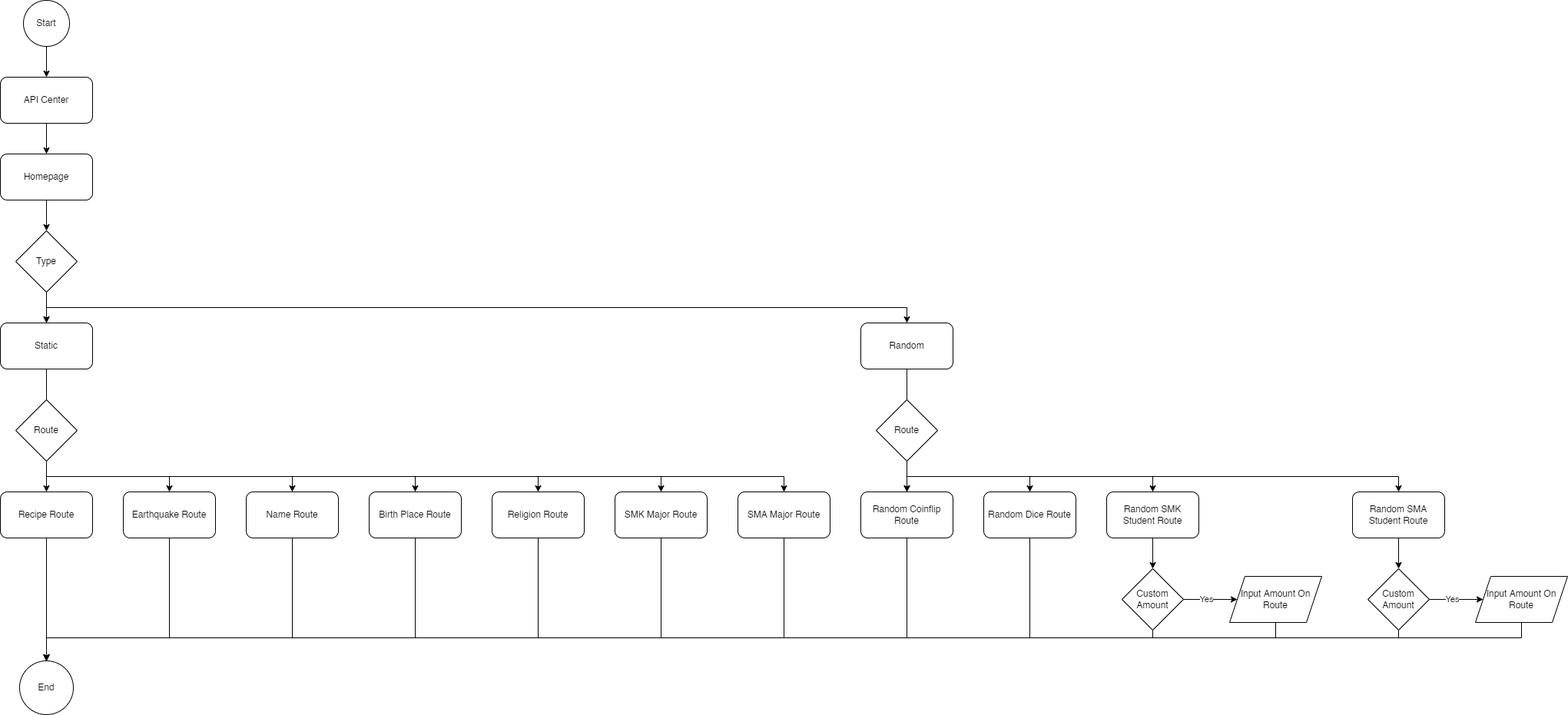
This is diagrams/flowchart.drawio.png from astrantialabs/api-center, a draw.io export, as it was before one commit. Source tidied: cells renumbered, new cells last; positions are measured from the earlier drawing's top-left corner, leaving out a move shared by most shapes.
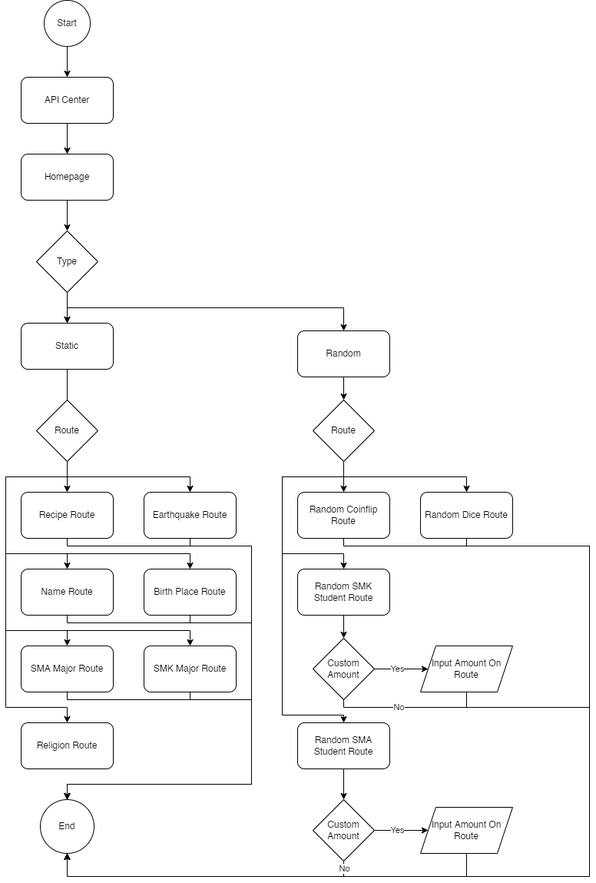
Later version of the same file.

What changed in the source:
```diff
@@ -29,3 +29,3 @@
           <mxPoint x="60" y="400" />
-          <mxPoint x="1180" y="400" />
+          <mxPoint x="420" y="400" />
         </Array>
@@ -36,4 +36,11 @@
     </mxCell>
-    <mxCell id="11" style="edgeStyle=orthogonalEdgeStyle;rounded=0;jettySize=auto;html=1;" parent="1" edge="1" source="12" target="60">
-      <mxGeometry relative="1" as="geometry" />
+    <mxCell id="11" style="edgeStyle=orthogonalEdgeStyle;rounded=0;jettySize=auto;html=1;entryX=0.5;entryY=0;entryDx=0;entryDy=0;" parent="1" edge="1" source="12" target="60">
+      <mxGeometry relative="1" as="geometry">
+        <Array as="points">
+          <mxPoint x="60" y="710" />
+          <mxPoint x="300" y="710" />
+          <mxPoint x="300" y="1020" />
+          <mxPoint x="60" y="1020" />
+        </Array>
+      </mxGeometry>
     </mxCell>
@@ -45,4 +52,6 @@
         <Array as="points">
-          <mxPoint x="220" y="830" />
-          <mxPoint x="60" y="830" />
+          <mxPoint x="220" y="710" />
+          <mxPoint x="300" y="710" />
+          <mxPoint x="300" y="1020" />
+          <mxPoint x="60" y="1020" />
         </Array>
@@ -56,4 +65,6 @@
         <Array as="points">
-          <mxPoint x="380" y="830" />
-          <mxPoint x="60" y="830" />
+          <mxPoint x="60" y="810" />
+          <mxPoint x="300" y="810" />
+          <mxPoint x="300" y="1020" />
+          <mxPoint x="60" y="1020" />
         </Array>
@@ -62,3 +73,3 @@
     <mxCell id="16" value="Name Route" style="rounded=1;whiteSpace=wrap;html=1;" parent="1" vertex="1">
-      <mxGeometry x="320" y="640" width="120" height="60" as="geometry" />
+      <mxGeometry y="740" width="120" height="60" as="geometry" />
     </mxCell>
@@ -67,4 +78,6 @@
         <Array as="points">
-          <mxPoint x="540" y="830" />
-          <mxPoint x="60" y="830" />
+          <mxPoint x="220" y="810" />
+          <mxPoint x="300" y="810" />
+          <mxPoint x="300" y="1020" />
+          <mxPoint x="60" y="1020" />
         </Array>
@@ -73,14 +86,6 @@
     <mxCell id="18" value="Birth Place Route" style="rounded=1;whiteSpace=wrap;html=1;" parent="1" vertex="1">
-      <mxGeometry x="480" y="640" width="120" height="60" as="geometry" />
+      <mxGeometry x="160" y="740" width="120" height="60" as="geometry" />
     </mxCell>
-    <mxCell id="19" style="edgeStyle=orthogonalEdgeStyle;rounded=0;jettySize=auto;html=1;entryX=0.5;entryY=0;entryDx=0;entryDy=0;" parent="1" edge="1" source="20" target="60">
-      <mxGeometry relative="1" as="geometry">
-        <Array as="points">
-          <mxPoint x="700" y="830" />
-          <mxPoint x="60" y="830" />
-        </Array>
-      </mxGeometry>
-    </mxCell>
     <mxCell id="20" value="Religion Route" style="rounded=1;whiteSpace=wrap;html=1;" parent="1" vertex="1">
-      <mxGeometry x="640" y="640" width="120" height="60" as="geometry" />
+      <mxGeometry y="940" width="120" height="60" as="geometry" />
     </mxCell>
@@ -89,4 +94,6 @@
         <Array as="points">
-          <mxPoint x="860" y="830" />
-          <mxPoint x="60" y="830" />
+          <mxPoint x="220" y="910" />
+          <mxPoint x="300" y="910" />
+          <mxPoint x="300" y="1020" />
+          <mxPoint x="60" y="1020" />
         </Array>
@@ -95,3 +102,3 @@
     <mxCell id="22" value="SMK Major Route" style="rounded=1;whiteSpace=wrap;html=1;" parent="1" vertex="1">
-      <mxGeometry x="800" y="640" width="120" height="60" as="geometry" />
+      <mxGeometry x="160" y="840" width="120" height="60" as="geometry" />
     </mxCell>
@@ -100,4 +107,6 @@
         <Array as="points">
-          <mxPoint x="1020" y="830" />
-          <mxPoint x="60" y="830" />
+          <mxPoint x="60" y="910" />
+          <mxPoint x="300" y="910" />
+          <mxPoint x="300" y="1020" />
+          <mxPoint x="60" y="1020" />
         </Array>
@@ -106,9 +115,11 @@
     <mxCell id="24" value="SMA Major Route" style="rounded=1;whiteSpace=wrap;html=1;" parent="1" vertex="1">
-      <mxGeometry x="960" y="640" width="120" height="60" as="geometry" />
+      <mxGeometry y="840" width="120" height="60" as="geometry" />
     </mxCell>
-    <mxCell id="25" style="edgeStyle=orthogonalEdgeStyle;rounded=0;jettySize=auto;html=1;entryX=0.5;entryY=0;entryDx=0;entryDy=0;" parent="1" edge="1" source="26" target="60">
+    <mxCell id="25" style="edgeStyle=orthogonalEdgeStyle;rounded=0;jettySize=auto;html=1;entryX=0.5;entryY=1;entryDx=0;entryDy=0;" parent="1" edge="1" source="26" target="60">
       <mxGeometry relative="1" as="geometry">
         <Array as="points">
-          <mxPoint x="1180" y="830" />
-          <mxPoint x="60" y="830" />
+          <mxPoint x="420" y="710" />
+          <mxPoint x="740" y="710" />
+          <mxPoint x="740" y="1140" />
+          <mxPoint x="60" y="1140" />
         </Array>
@@ -117,9 +128,11 @@
     <mxCell id="26" value="Random Coinflip Route" style="rounded=1;whiteSpace=wrap;html=1;" parent="1" vertex="1">
-      <mxGeometry x="1120" y="640" width="120" height="60" as="geometry" />
+      <mxGeometry x="360" y="640" width="120" height="60" as="geometry" />
     </mxCell>
-    <mxCell id="27" style="edgeStyle=orthogonalEdgeStyle;rounded=0;jettySize=auto;html=1;entryX=0.5;entryY=0;entryDx=0;entryDy=0;" parent="1" edge="1" source="28" target="60">
+    <mxCell id="27" style="edgeStyle=orthogonalEdgeStyle;rounded=0;jettySize=auto;html=1;entryX=0.5;entryY=1;entryDx=0;entryDy=0;" parent="1" edge="1" source="28" target="60">
       <mxGeometry relative="1" as="geometry">
         <Array as="points">
-          <mxPoint x="1340" y="830" />
-          <mxPoint x="60" y="830" />
+          <mxPoint x="580" y="710" />
+          <mxPoint x="740" y="710" />
+          <mxPoint x="740" y="1140" />
+          <mxPoint x="60" y="1140" />
         </Array>
@@ -128,3 +141,3 @@
     <mxCell id="28" value="Random Dice Route" style="rounded=1;whiteSpace=wrap;html=1;" parent="1" vertex="1">
-      <mxGeometry x="1280" y="640" width="120" height="60" as="geometry" />
+      <mxGeometry x="520" y="640" width="120" height="60" as="geometry" />
     </mxCell>
@@ -134,3 +147,3 @@
     <mxCell id="30" value="Random SMK Student Route" style="rounded=1;whiteSpace=wrap;html=1;" parent="1" vertex="1">
-      <mxGeometry x="1440" y="640" width="120" height="60" as="geometry" />
+      <mxGeometry x="360" y="740" width="120" height="60" as="geometry" />
     </mxCell>
@@ -140,3 +153,3 @@
     <mxCell id="32" value="Random SMA Student Route" style="rounded=1;whiteSpace=wrap;html=1;" parent="1" vertex="1">
-      <mxGeometry x="1760" y="640" width="120" height="60" as="geometry" />
+      <mxGeometry x="360" y="940" width="120" height="60" as="geometry" />
     </mxCell>
@@ -147,50 +160,2 @@
     </mxCell>
-    <mxCell id="34" style="edgeStyle=orthogonalEdgeStyle;rounded=0;jettySize=auto;html=1;entryX=0.5;entryY=0;entryDx=0;entryDy=0;" parent="1" edge="1" source="40" target="14">
-      <mxGeometry relative="1" as="geometry">
-        <Array as="points">
-          <mxPoint x="60" y="620" />
-          <mxPoint x="220" y="620" />
-        </Array>
-      </mxGeometry>
-    </mxCell>
-    <mxCell id="35" style="edgeStyle=orthogonalEdgeStyle;rounded=0;jettySize=auto;html=1;entryX=0.5;entryY=0;entryDx=0;entryDy=0;" parent="1" edge="1" source="40" target="16">
-      <mxGeometry relative="1" as="geometry">
-        <Array as="points">
-          <mxPoint x="60" y="620" />
-          <mxPoint x="380" y="620" />
-        </Array>
-      </mxGeometry>
-    </mxCell>
-    <mxCell id="36" style="edgeStyle=orthogonalEdgeStyle;rounded=0;jettySize=auto;html=1;entryX=0.5;entryY=0;entryDx=0;entryDy=0;" parent="1" edge="1" source="40" target="18">
-      <mxGeometry relative="1" as="geometry">
-        <Array as="points">
-          <mxPoint x="60" y="620" />
-          <mxPoint x="540" y="620" />
-        </Array>
-      </mxGeometry>
-    </mxCell>
-    <mxCell id="37" style="edgeStyle=orthogonalEdgeStyle;rounded=0;jettySize=auto;html=1;entryX=0.5;entryY=0;entryDx=0;entryDy=0;" parent="1" edge="1" source="40" target="20">
-      <mxGeometry relative="1" as="geometry">
-        <Array as="points">
-          <mxPoint x="60" y="620" />
-          <mxPoint x="700" y="620" />
-        </Array>
-      </mxGeometry>
-    </mxCell>
-    <mxCell id="38" style="edgeStyle=orthogonalEdgeStyle;rounded=0;jettySize=auto;html=1;entryX=0.5;entryY=0;entryDx=0;entryDy=0;" parent="1" edge="1" source="40" target="22">
-      <mxGeometry relative="1" as="geometry">
-        <Array as="points">
-          <mxPoint x="60" y="620" />
-          <mxPoint x="860" y="620" />
-        </Array>
-      </mxGeometry>
-    </mxCell>
-    <mxCell id="39" style="edgeStyle=orthogonalEdgeStyle;rounded=0;jettySize=auto;html=1;entryX=0.5;entryY=0;entryDx=0;entryDy=0;" parent="1" edge="1" source="40" target="24">
-      <mxGeometry relative="1" as="geometry">
-        <Array as="points">
-          <mxPoint x="60" y="620" />
-          <mxPoint x="1020" y="620" />
-        </Array>
-      </mxGeometry>
-    </mxCell>
     <mxCell id="40" value="Static" style="rounded=1;whiteSpace=wrap;html=1;" parent="1" vertex="1">
@@ -198,34 +163,7 @@
     </mxCell>
-    <mxCell id="41" style="edgeStyle=orthogonalEdgeStyle;rounded=0;jettySize=auto;html=1;entryX=0.5;entryY=0;entryDx=0;entryDy=0;" parent="1" edge="1" source="46" target="26">
-      <mxGeometry relative="1" as="geometry" />
-    </mxCell>
-    <mxCell id="42" style="edgeStyle=orthogonalEdgeStyle;rounded=0;jettySize=auto;html=1;entryX=0.5;entryY=0;entryDx=0;entryDy=0;" parent="1" edge="1" source="46" target="28">
-      <mxGeometry relative="1" as="geometry">
-        <Array as="points">
-          <mxPoint x="1180" y="620" />
-          <mxPoint x="1340" y="620" />
-        </Array>
-      </mxGeometry>
-    </mxCell>
-    <mxCell id="43" style="edgeStyle=orthogonalEdgeStyle;rounded=0;jettySize=auto;html=1;entryX=0.5;entryY=0;entryDx=0;entryDy=0;" parent="1" edge="1" source="46" target="30">
-      <mxGeometry relative="1" as="geometry">
-        <Array as="points">
-          <mxPoint x="1180" y="620" />
-          <mxPoint x="1500" y="620" />
-        </Array>
-      </mxGeometry>
-    </mxCell>
-    <mxCell id="44" style="edgeStyle=orthogonalEdgeStyle;rounded=0;jettySize=auto;html=1;" parent="1" edge="1" source="46" target="26">
-      <mxGeometry relative="1" as="geometry" />
-    </mxCell>
-    <mxCell id="45" style="edgeStyle=orthogonalEdgeStyle;rounded=0;jettySize=auto;html=1;entryX=0.5;entryY=0;entryDx=0;entryDy=0;" parent="1" edge="1" source="46" target="32">
-      <mxGeometry relative="1" as="geometry">
-        <Array as="points">
-          <mxPoint x="1180" y="620" />
-          <mxPoint x="1820" y="620" />
-        </Array>
-      </mxGeometry>
-    </mxCell>
+    <mxCell id="63" style="edgeStyle=orthogonalEdgeStyle;rounded=0;jettySize=auto;html=1;" parent="1" edge="1" source="46" target="62">
+      <mxGeometry relative="1" as="geometry" />
+    </mxCell>
     <mxCell id="46" value="Random" style="rounded=1;whiteSpace=wrap;html=1;" parent="1" vertex="1">
-      <mxGeometry x="1120" y="420" width="120" height="60" as="geometry" />
+      <mxGeometry x="360" y="430" width="120" height="60" as="geometry" />
     </mxCell>
@@ -237,7 +175,9 @@
     </mxCell>
-    <mxCell id="49" style="edgeStyle=orthogonalEdgeStyle;rounded=0;jettySize=auto;html=1;entryX=0.5;entryY=0;entryDx=0;entryDy=0;" parent="1" edge="1" source="50" target="60">
+    <mxCell id="49" style="edgeStyle=orthogonalEdgeStyle;rounded=0;jettySize=auto;html=1;entryX=0.5;entryY=1;entryDx=0;entryDy=0;" parent="1" edge="1" source="50" target="60">
       <mxGeometry relative="1" as="geometry">
         <Array as="points">
-          <mxPoint x="1500" y="830" />
-          <mxPoint x="60" y="830" />
+          <mxPoint x="420" y="920" />
+          <mxPoint x="740" y="920" />
+          <mxPoint x="740" y="1140" />
+          <mxPoint x="60" y="1140" />
         </Array>
@@ -245,10 +185,15 @@
     </mxCell>
+    <mxCell id="64" value="No" style="edgeLabel;html=1;align=center;verticalAlign=middle;" parent="49" vertex="1">
+      <mxGeometry x="-0.87" y="1" relative="1" as="geometry" />
+    </mxCell>
     <mxCell id="50" value="Custom Amount" style="rhombus;whiteSpace=wrap;html=1;" parent="1" vertex="1">
-      <mxGeometry x="1460" y="740" width="80" height="80" as="geometry" />
+      <mxGeometry x="380" y="830" width="80" height="80" as="geometry" />
     </mxCell>
-    <mxCell id="51" style="edgeStyle=orthogonalEdgeStyle;rounded=0;jettySize=auto;html=1;entryX=0.5;entryY=0;entryDx=0;entryDy=0;" parent="1" edge="1" source="52" target="60">
+    <mxCell id="51" style="edgeStyle=orthogonalEdgeStyle;rounded=0;jettySize=auto;html=1;entryX=0.5;entryY=1;entryDx=0;entryDy=0;" parent="1" edge="1" source="52" target="60">
       <mxGeometry relative="1" as="geometry">
         <Array as="points">
-          <mxPoint x="1660" y="830" />
-          <mxPoint x="60" y="830" />
+          <mxPoint x="580" y="920" />
+          <mxPoint x="740" y="920" />
+          <mxPoint x="740" y="1140" />
+          <mxPoint x="60" y="1140" />
         </Array>
@@ -257,3 +202,3 @@
     <mxCell id="52" value="Input Amount On Route" style="shape=parallelogram;perimeter=parallelogramPerimeter;whiteSpace=wrap;html=1;fixedSize=1;" parent="1" vertex="1">
-      <mxGeometry x="1600" y="750" width="120" height="60" as="geometry" />
+      <mxGeometry x="520" y="840" width="120" height="60" as="geometry" />
     </mxCell>
@@ -265,7 +210,7 @@
     </mxCell>
-    <mxCell id="55" style="edgeStyle=orthogonalEdgeStyle;rounded=0;jettySize=auto;html=1;entryX=0.5;entryY=0;entryDx=0;entryDy=0;" parent="1" edge="1" source="56" target="60">
+    <mxCell id="55" style="edgeStyle=orthogonalEdgeStyle;rounded=0;jettySize=auto;html=1;entryX=0.5;entryY=1;entryDx=0;entryDy=0;" parent="1" edge="1" source="56" target="60">
       <mxGeometry relative="1" as="geometry">
         <Array as="points">
-          <mxPoint x="1820" y="830" />
-          <mxPoint x="60" y="830" />
+          <mxPoint x="420" y="1140" />
+          <mxPoint x="60" y="1140" />
         </Array>
@@ -273,10 +218,15 @@
     </mxCell>
+    <mxCell id="65" value="No" style="edgeLabel;html=1;align=center;verticalAlign=middle;" parent="55" vertex="1">
+      <mxGeometry x="-0.94" y="-1" relative="1" as="geometry">
+        <mxPoint x="1" y="-3" as="offset" />
+      </mxGeometry>
+    </mxCell>
     <mxCell id="56" value="Custom Amount" style="rhombus;whiteSpace=wrap;html=1;" parent="1" vertex="1">
-      <mxGeometry x="1780" y="740" width="80" height="80" as="geometry" />
+      <mxGeometry x="380" y="1040" width="80" height="80" as="geometry" />
     </mxCell>
-    <mxCell id="57" style="edgeStyle=orthogonalEdgeStyle;rounded=0;jettySize=auto;html=1;entryX=0.5;entryY=0;entryDx=0;entryDy=0;" parent="1" edge="1" source="58" target="60">
+    <mxCell id="57" style="edgeStyle=orthogonalEdgeStyle;rounded=0;jettySize=auto;html=1;entryX=0.5;entryY=1;entryDx=0;entryDy=0;" parent="1" edge="1" source="58" target="60">
       <mxGeometry relative="1" as="geometry">
         <Array as="points">
-          <mxPoint x="1980" y="830" />
-          <mxPoint x="60" y="830" />
+          <mxPoint x="580" y="1140" />
+          <mxPoint x="60" y="1140" />
         </Array>
@@ -285,3 +235,3 @@
     <mxCell id="58" value="Input Amount On Route" style="shape=parallelogram;perimeter=parallelogramPerimeter;whiteSpace=wrap;html=1;fixedSize=1;" parent="1" vertex="1">
-      <mxGeometry x="1920" y="750" width="120" height="60" as="geometry" />
+      <mxGeometry x="520" y="1050" width="120" height="60" as="geometry" />
     </mxCell>
@@ -291,4 +241,62 @@
     <mxCell id="60" value="End" style="ellipse;whiteSpace=wrap;html=1;" parent="1" vertex="1">
-      <mxGeometry x="25" y="860" width="70" height="70" as="geometry" />
+      <mxGeometry x="25" y="1040" width="70" height="70" as="geometry" />
     </mxCell>
+    <mxCell id="66" style="edgeStyle=orthogonalEdgeStyle;rounded=0;jettySize=auto;html=1;" parent="1" edge="1" source="61" target="14">
+      <mxGeometry relative="1" as="geometry">
+        <Array as="points">
+          <mxPoint x="60" y="620" />
+          <mxPoint x="220" y="620" />
+        </Array>
+      </mxGeometry>
+    </mxCell>
+    <mxCell id="67" style="edgeStyle=orthogonalEdgeStyle;rounded=0;jettySize=auto;html=1;entryX=0.5;entryY=0;entryDx=0;entryDy=0;" parent="1" edge="1" source="61" target="16">
+      <mxGeometry relative="1" as="geometry">
+        <Array as="points">
+          <mxPoint x="60" y="620" />
+          <mxPoint x="-20" y="620" />
+          <mxPoint x="-20" y="720" />
+          <mxPoint x="60" y="720" />
+        </Array>
+      </mxGeometry>
+    </mxCell>
+    <mxCell id="68" style="edgeStyle=orthogonalEdgeStyle;rounded=0;jettySize=auto;html=1;" parent="1" edge="1" source="61" target="18">
+      <mxGeometry relative="1" as="geometry">
+        <Array as="points">
+          <mxPoint x="60" y="620" />
+          <mxPoint x="-20" y="620" />
+          <mxPoint x="-20" y="720" />
+          <mxPoint x="220" y="720" />
+        </Array>
+      </mxGeometry>
+    </mxCell>
+    <mxCell id="69" style="edgeStyle=orthogonalEdgeStyle;rounded=0;jettySize=auto;html=1;entryX=0.5;entryY=0;entryDx=0;entryDy=0;" parent="1" edge="1" source="61" target="24">
+      <mxGeometry relative="1" as="geometry">
+        <Array as="points">
+          <mxPoint x="60" y="620" />
+          <mxPoint x="-20" y="620" />
+          <mxPoint x="-20" y="820" />
+          <mxPoint x="60" y="820" />
+        </Array>
+      </mxGeometry>
+    </mxCell>
+    <mxCell id="70" style="edgeStyle=orthogonalEdgeStyle;rounded=0;jettySize=auto;html=1;" parent="1" edge="1" source="61" target="22">
+      <mxGeometry relative="1" as="geometry">
+        <Array as="points">
+          <mxPoint x="60" y="620" />
+          <mxPoint x="-20" y="620" />
+          <mxPoint x="-20" y="820" />
+          <mxPoint x="220" y="820" />
+        </Array>
+      </mxGeometry>
+    </mxCell>
+    <mxCell id="71" style="edgeStyle=orthogonalEdgeStyle;rounded=0;jettySize=auto;html=1;entryX=0.5;entryY=0;entryDx=0;entryDy=0;" parent="1" edge="1" source="61" target="20">
+      <mxGeometry relative="1" as="geometry">
+        <Array as="points">
+          <mxPoint x="60" y="620" />
+          <mxPoint x="-20" y="620" />
+          <mxPoint x="-20" y="920" />
+          <mxPoint x="60" y="920" />
+        </Array>
+      </mxGeometry>
+    </mxCell>
     <mxCell id="61" value="Route" style="rhombus;whiteSpace=wrap;html=1;" parent="1" vertex="1">
@@ -296,4 +304,35 @@
     </mxCell>
+    <mxCell id="72" style="edgeStyle=orthogonalEdgeStyle;rounded=0;jettySize=auto;html=1;" parent="1" edge="1" source="62" target="26">
+      <mxGeometry relative="1" as="geometry" />
+    </mxCell>
+    <mxCell id="73" style="edgeStyle=orthogonalEdgeStyle;rounded=0;jettySize=auto;html=1;" parent="1" edge="1" source="62" target="28">
+      <mxGeometry relative="1" as="geometry">
+        <Array as="points">
+          <mxPoint x="420" y="620" />
+          <mxPoint x="580" y="620" />
+        </Array>
+      </mxGeometry>
+    </mxCell>
+    <mxCell id="74" style="edgeStyle=orthogonalEdgeStyle;rounded=0;jettySize=auto;html=1;entryX=0.5;entryY=0;entryDx=0;entryDy=0;" parent="1" edge="1" source="62" target="30">
+      <mxGeometry relative="1" as="geometry">
+        <Array as="points">
+          <mxPoint x="420" y="620" />
+          <mxPoint x="340" y="620" />
+          <mxPoint x="340" y="720" />
+          <mxPoint x="420" y="720" />
+        </Array>
+      </mxGeometry>
+    </mxCell>
+    <mxCell id="75" style="edgeStyle=orthogonalEdgeStyle;rounded=0;jettySize=auto;html=1;" parent="1" edge="1" source="62" target="32">
+      <mxGeometry relative="1" as="geometry">
+        <Array as="points">
+          <mxPoint x="420" y="620" />
+          <mxPoint x="340" y="620" />
+          <mxPoint x="340" y="930" />
+          <mxPoint x="420" y="930" />
+        </Array>
+      </mxGeometry>
+    </mxCell>
     <mxCell id="62" value="Route" style="rhombus;whiteSpace=wrap;html=1;" parent="1" vertex="1">
-      <mxGeometry x="1140" y="520" width="80" height="80" as="geometry" />
+      <mxGeometry x="380" y="520" width="80" height="80" as="geometry" />
     </mxCell>
```
